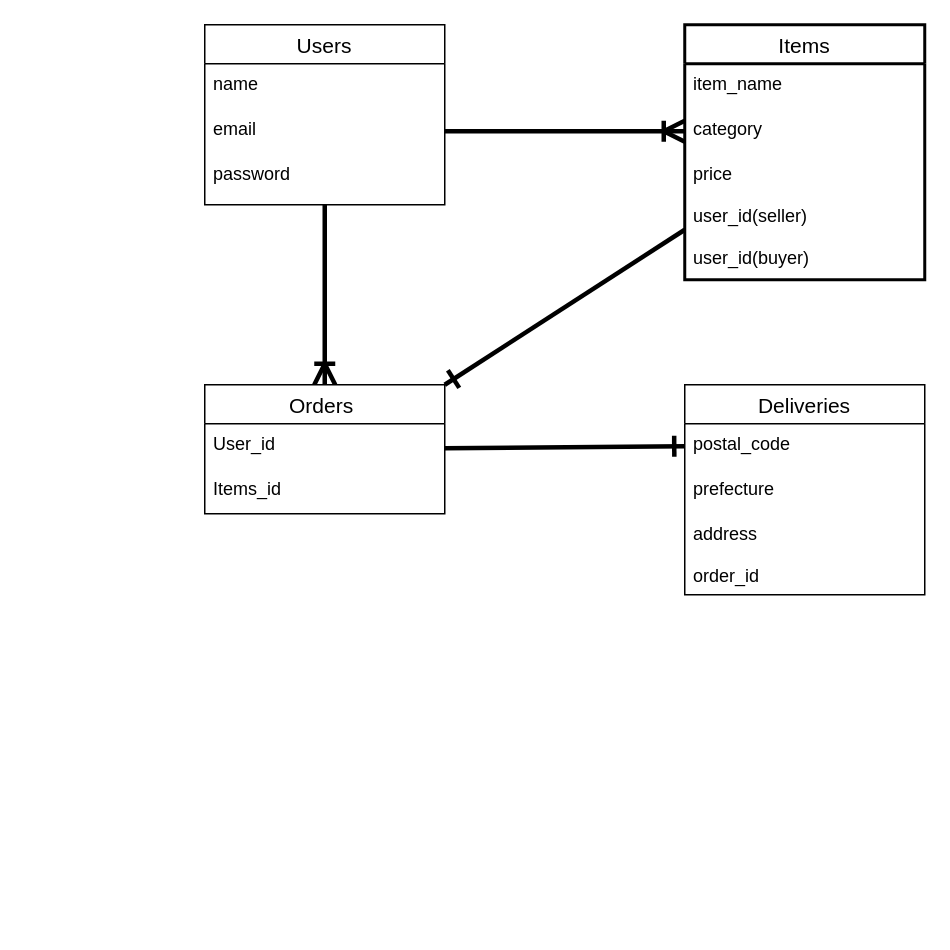
This is sample.dio from t08mac23/furima-38766, a draw.io file, before an edit. Source tidied: cells renumbered, new cells numbered last; positions are measured from the earlier drawing's top-left corner, leaving out a move shared by most shapes. Both pictures are drawn from the tidied source at 150%, with x=0, y=0 at pixel (204, 24).
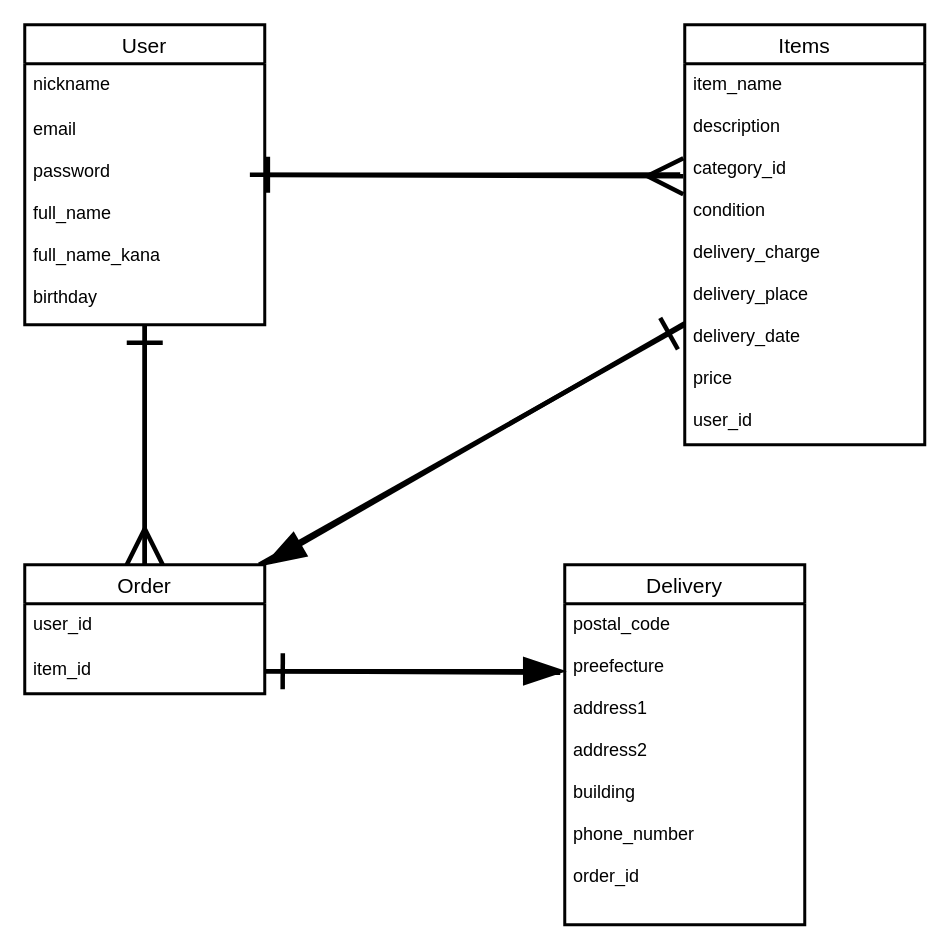
The same diagram, later.

Commit message (it also covers changes not shown here):
データベースの設計・修正

Diff of the diagram source:
```diff
@@
-    <mxCell id="2" style="edgeStyle=none;rounded=1;html=1;entryX=0.5;entryY=0;entryDx=0;entryDy=0;endArrow=ERoneToMany;endFill=0;startSize=10;endSize=10;targetPerimeterSpacing=0;strokeWidth=3;" parent="1" edge="1" source="3" target="17">
-      <mxGeometry relative="1" as="geometry" />
-    </mxCell>
-    <mxCell id="3" value="Users" style="swimlane;fontStyle=0;horizontal=1;startSize=26;align=center;fontSize=14;" parent="1" vertex="1">
-      <mxGeometry width="160" height="120" as="geometry" />
-    </mxCell>
-    <mxCell id="4" value="name&#10;" style="text;strokeColor=none;fillColor=none;spacingLeft=4;spacingRight=4;overflow=hidden;fontSize=12;" parent="3" vertex="1">
-      <mxGeometry y="26" width="160" height="30" as="geometry" />
-    </mxCell>
-    <mxCell id="5" value="email" style="text;strokeColor=none;fillColor=none;spacingLeft=4;spacingRight=4;overflow=hidden;fontSize=12;" parent="3" vertex="1">
-      <mxGeometry y="56" width="160" height="30" as="geometry" />
-    </mxCell>
-    <mxCell id="6" value="password" style="text;strokeColor=none;fillColor=none;spacingLeft=4;spacingRight=4;overflow=hidden;fontSize=12;" parent="3" vertex="1">
-      <mxGeometry y="86" width="160" height="34" as="geometry" />
-    </mxCell>
-    <mxCell id="7" style="edgeStyle=none;rounded=1;html=1;entryX=1;entryY=0;entryDx=0;entryDy=0;endArrow=ERone;endFill=0;startSize=10;endSize=10;targetPerimeterSpacing=0;strokeWidth=3;" parent="1" edge="1" source="8" target="17">
-      <mxGeometry relative="1" as="geometry" />
-    </mxCell>
+    <mxCell id="21" style="edgeStyle=none;rounded=1;html=1;entryX=-0.006;entryY=0.295;entryDx=0;entryDy=0;entryPerimeter=0;endArrow=ERmany;endFill=0;startSize=3;endSize=20;targetPerimeterSpacing=0;strokeWidth=3;" parent="1" edge="1" source="22" target="25">
+      <mxGeometry relative="1" as="geometry" />
+    </mxCell>
+    <mxCell id="22" value="User" style="swimlane;fontStyle=0;horizontal=1;startSize=26;align=center;fontSize=14;strokeWidth=2;" parent="1" vertex="1">
+      <mxGeometry x="-120" width="160" height="200" as="geometry" />
+    </mxCell>
+    <mxCell id="23" value="nickname&#10;&#10;" style="text;strokeColor=none;fillColor=none;spacingLeft=4;spacingRight=4;overflow=hidden;fontSize=12;" parent="22" vertex="1">
+      <mxGeometry y="26" width="160" height="30" as="geometry" />
+    </mxCell>
+    <mxCell id="24" value="email&#10;&#10;password&#10;&#10;full_name&#10;&#10;full_name_kana&#10;&#10;birthday&#10;&#10;" style="text;strokeColor=none;fillColor=none;spacingLeft=4;spacingRight=4;overflow=hidden;points=[[0,0.5],[1,0.5]];portConstraint=eastwest;fontSize=12;" parent="22" vertex="1">
+      <mxGeometry y="56" width="160" height="144" as="geometry" />
+    </mxCell>
     <mxCell id="8" value="Items" style="swimlane;fontStyle=0;horizontal=1;startSize=26;align=center;fontSize=14;strokeWidth=2;" parent="1" vertex="1">
-      <mxGeometry x="320" width="160" height="170" as="geometry" />
+      <mxGeometry x="320" width="160" height="280" as="geometry" />
     </mxCell>
-    <mxCell id="9" value="item_name" style="text;strokeColor=none;fillColor=none;spacingLeft=4;spacingRight=4;overflow=hidden;fontSize=12;" parent="8" vertex="1">
-      <mxGeometry y="26" width="160" height="30" as="geometry" />
-    </mxCell>
-    <mxCell id="10" value="category" style="text;strokeColor=none;fillColor=none;spacingLeft=4;spacingRight=4;overflow=hidden;points=[[0,0.5],[1,0.5]];portConstraint=eastwest;fontSize=12;" parent="8" vertex="1">
-      <mxGeometry y="56" width="160" height="30" as="geometry" />
-    </mxCell>
-    <mxCell id="11" value="price&#10;&#10;user_id(seller)&#10;&#10;user_id(buyer)" style="text;strokeColor=none;fillColor=none;spacingLeft=4;spacingRight=4;overflow=hidden;fontSize=12;" parent="8" vertex="1">
-      <mxGeometry y="86" width="160" height="84" as="geometry" />
-    </mxCell>
-    <mxCell id="12" value="Deliveries" style="swimlane;fontStyle=0;horizontal=1;startSize=26;align=center;fontSize=14;" parent="1" vertex="1">
-      <mxGeometry x="320" y="240" width="160" height="140" as="geometry" />
-    </mxCell>
-    <mxCell id="13" value="postal_code" style="text;strokeColor=none;fillColor=none;spacingLeft=4;spacingRight=4;overflow=hidden;points=[[0,0.5],[1,0.5]];portConstraint=eastwest;fontSize=12;" parent="12" vertex="1">
-      <mxGeometry y="26" width="160" height="30" as="geometry" />
-    </mxCell>
-    <mxCell id="14" value="prefecture" style="text;strokeColor=none;fillColor=none;spacingLeft=4;spacingRight=4;overflow=hidden;fontSize=12;" parent="12" vertex="1">
-      <mxGeometry y="56" width="160" height="30" as="geometry" />
-    </mxCell>
-    <mxCell id="15" value="address&#10;&#10;order_id" style="text;strokeColor=none;fillColor=none;spacingLeft=4;spacingRight=4;overflow=hidden;fontSize=12;" parent="12" vertex="1">
-      <mxGeometry y="86" width="160" height="54" as="geometry" />
-    </mxCell>
-    <mxCell id="16" style="edgeStyle=none;rounded=1;html=1;entryX=0;entryY=0.5;entryDx=0;entryDy=0;endArrow=ERone;endFill=0;startSize=10;endSize=10;targetPerimeterSpacing=0;strokeWidth=3;" parent="1" edge="1" source="17" target="13">
-      <mxGeometry relative="1" as="geometry" />
-    </mxCell>
-    <mxCell id="17" value="Orders " style="swimlane;fontStyle=0;horizontal=1;startSize=26;align=center;fontSize=14;" parent="1" vertex="1">
-      <mxGeometry y="240" width="160" height="86" as="geometry" />
-    </mxCell>
-    <mxCell id="18" value="User_id" style="text;strokeColor=none;fillColor=none;spacingLeft=4;spacingRight=4;overflow=hidden;fontSize=12;" parent="17" vertex="1">
-      <mxGeometry y="26" width="160" height="30" as="geometry" />
-    </mxCell>
-    <mxCell id="19" value="Items_id" style="text;strokeColor=none;fillColor=none;spacingLeft=4;spacingRight=4;overflow=hidden;fontSize=12;" parent="17" vertex="1">
-      <mxGeometry y="56" width="160" height="30" as="geometry" />
-    </mxCell>
-    <mxCell id="20" style="edgeStyle=none;html=1;entryX=0;entryY=0.5;entryDx=0;entryDy=0;endArrow=ERoneToMany;endFill=0;strokeWidth=3;targetPerimeterSpacing=0;endSize=10;startSize=10;rounded=1;" parent="1" edge="1" target="10">
-      <mxGeometry relative="1" as="geometry">
-        <mxPoint x="160" y="71" as="sourcePoint" />
-      </mxGeometry>
-    </mxCell>
+    <mxCell id="25" value="item_name&#10;&#10;description&#10;&#10;category_id&#10;&#10;condition&#10;&#10;delivery_charge&#10;&#10;delivery_place&#10;&#10;delivery_date&#10;&#10;price&#10;&#10;user_id" style="text;strokeColor=none;fillColor=none;spacingLeft=4;spacingRight=4;overflow=hidden;points=[[0,0.5],[1,0.5]];portConstraint=eastwest;fontSize=12;" parent="8" vertex="1">
+      <mxGeometry y="26" width="160" height="254" as="geometry" />
+    </mxCell>
+    <mxCell id="26" style="edgeStyle=none;rounded=1;html=1;endArrow=ERone;endFill=0;startSize=3;endSize=20;targetPerimeterSpacing=0;strokeWidth=3;" parent="1" edge="1" source="28">
+      <mxGeometry relative="1" as="geometry">
+        <mxPoint x="-40" y="200" as="targetPoint" />
+      </mxGeometry>
+    </mxCell>
+    <mxCell id="27" style="edgeStyle=none;rounded=1;html=1;endArrow=ERone;endFill=0;startSize=3;endSize=20;targetPerimeterSpacing=0;strokeWidth=3;" parent="1" edge="1" source="28">
+      <mxGeometry relative="1" as="geometry">
+        <mxPoint x="320" y="200" as="targetPoint" />
+      </mxGeometry>
+    </mxCell>
+    <mxCell id="28" value="Order" style="swimlane;fontStyle=0;horizontal=1;startSize=26;align=center;fontSize=14;strokeWidth=2;" parent="1" vertex="1">
+      <mxGeometry x="-120" y="360" width="160" height="86" as="geometry" />
+    </mxCell>
+    <mxCell id="29" value="user_id" style="text;strokeColor=none;fillColor=none;spacingLeft=4;spacingRight=4;overflow=hidden;fontSize=12;" parent="28" vertex="1">
+      <mxGeometry y="26" width="160" height="30" as="geometry" />
+    </mxCell>
+    <mxCell id="30" value="item_id" style="text;strokeColor=none;fillColor=none;spacingLeft=4;spacingRight=4;overflow=hidden;points=[[0,0.5],[1,0.5]];portConstraint=eastwest;fontSize=12;" parent="28" vertex="1">
+      <mxGeometry y="56" width="160" height="30" as="geometry" />
+    </mxCell>
+    <mxCell id="31" value="Delivery" style="swimlane;fontStyle=0;horizontal=1;startSize=26;align=center;fontSize=14;strokeWidth=2;" parent="1" vertex="1">
+      <mxGeometry x="240" y="360" width="160" height="240" as="geometry" />
+    </mxCell>
+    <mxCell id="32" value="postal_code&#10;&#10;preefecture&#10;&#10;address1&#10;&#10;address2&#10;&#10;building&#10;&#10;phone_number&#10;&#10;order_id" style="text;strokeColor=none;fillColor=none;spacingLeft=4;spacingRight=4;overflow=hidden;points=[[0,0.5],[1,0.5]];portConstraint=eastwest;fontSize=12;" parent="31" vertex="1">
+      <mxGeometry y="26" width="160" height="214" as="geometry" />
+    </mxCell>
+    <mxCell id="33" style="edgeStyle=none;rounded=1;html=1;entryX=0.5;entryY=0;entryDx=0;entryDy=0;endArrow=ERmany;endFill=0;startSize=3;endSize=20;targetPerimeterSpacing=0;strokeWidth=3;" parent="1" edge="1" source="24" target="28">
+      <mxGeometry relative="1" as="geometry" />
+    </mxCell>
+    <mxCell id="34" style="edgeStyle=none;rounded=1;html=1;entryX=0.938;entryY=0.306;entryDx=0;entryDy=0;entryPerimeter=0;endArrow=ERone;endFill=0;startSize=3;endSize=20;targetPerimeterSpacing=0;strokeWidth=3;exitX=-0.019;exitY=0.291;exitDx=0;exitDy=0;exitPerimeter=0;" parent="1" edge="1" source="25" target="24">
+      <mxGeometry relative="1" as="geometry" />
+    </mxCell>
+    <mxCell id="35" style="edgeStyle=none;rounded=1;html=1;entryX=1;entryY=0;entryDx=0;entryDy=0;endArrow=blockThin;endFill=1;startSize=3;endSize=20;targetPerimeterSpacing=0;strokeWidth=3;" parent="1" edge="1" source="25" target="28">
+      <mxGeometry relative="1" as="geometry" />
+    </mxCell>
+    <mxCell id="36" style="edgeStyle=none;rounded=1;html=1;entryX=0;entryY=0.21;entryDx=0;entryDy=0;entryPerimeter=0;endArrow=blockThin;endFill=1;startSize=3;endSize=20;targetPerimeterSpacing=0;strokeWidth=3;" parent="1" edge="1" source="30" target="32">
+      <mxGeometry relative="1" as="geometry" />
+    </mxCell>
+    <mxCell id="37" style="edgeStyle=none;rounded=1;html=1;entryX=1;entryY=0.5;entryDx=0;entryDy=0;endArrow=ERone;endFill=0;startSize=3;endSize=20;targetPerimeterSpacing=0;strokeWidth=3;exitX=-0.019;exitY=0.215;exitDx=0;exitDy=0;exitPerimeter=0;" parent="1" edge="1" source="32" target="30">
+      <mxGeometry relative="1" as="geometry" />
+    </mxCell>
```
